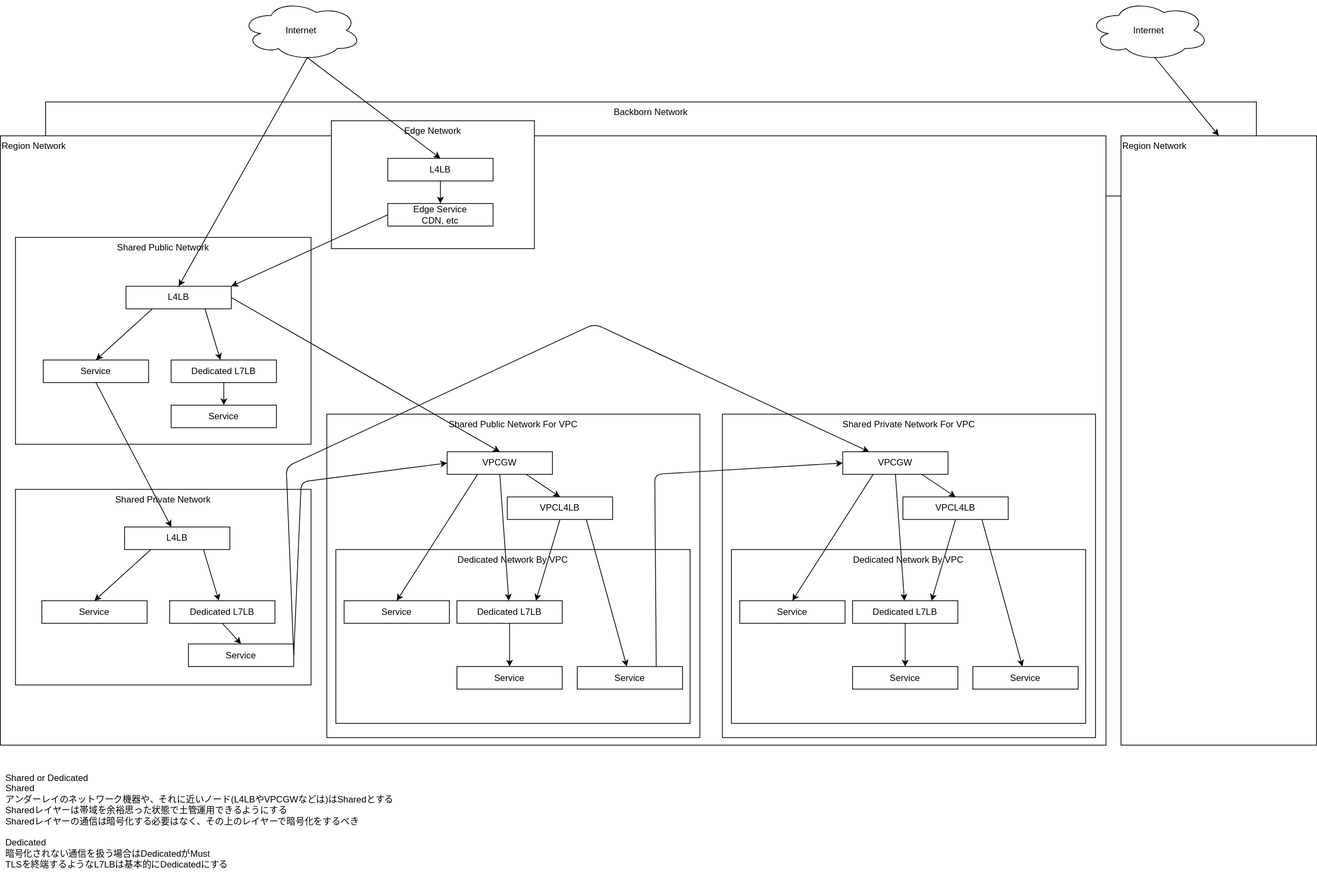
Before: iaas/Network.dio.svg, a diagram exported from draw.io (syunkitada/architecture). Source tidied: cells renumbered, new cells last; positions are measured from the earlier drawing's top-left corner, leaving out a move shared by most shapes. Source of this version:
```xml
<mxGraphModel>
  <root>
    <mxCell id="0" />
    <mxCell id="1" parent="0" />
    <mxCell id="2" value="Backborn Network" style="rounded=0;whiteSpace=wrap;html=1;align=center;verticalAlign=top;" parent="1" vertex="1">
      <mxGeometry x="60" y="135" width="1610" height="125" as="geometry" />
    </mxCell>
    <mxCell id="3" value="Region Network" style="rounded=0;whiteSpace=wrap;html=1;align=left;verticalAlign=top;" parent="1" vertex="1">
      <mxGeometry y="180" width="1470" height="810" as="geometry" />
    </mxCell>
    <mxCell id="4" value="Shared Public Network For VPC" style="rounded=0;whiteSpace=wrap;html=1;align=center;verticalAlign=top;" parent="1" vertex="1">
      <mxGeometry x="434" y="550" width="496" height="430" as="geometry" />
    </mxCell>
    <mxCell id="5" value="Dedicated Network By VPC" style="rounded=0;whiteSpace=wrap;html=1;align=center;verticalAlign=top;" parent="1" vertex="1">
      <mxGeometry x="446" y="730" width="471" height="231" as="geometry" />
    </mxCell>
    <mxCell id="6" value="Shared Public Network" style="rounded=0;whiteSpace=wrap;html=1;align=center;verticalAlign=top;" parent="1" vertex="1">
      <mxGeometry x="20" y="315" width="393" height="275" as="geometry" />
    </mxCell>
    <mxCell id="7" value="Internet" style="ellipse;shape=cloud;whiteSpace=wrap;html=1;" parent="1" vertex="1">
      <mxGeometry x="320" width="160" height="80" as="geometry" />
    </mxCell>
    <mxCell id="8" value="Edge Network" style="rounded=0;whiteSpace=wrap;html=1;align=center;verticalAlign=top;" parent="1" vertex="1">
      <mxGeometry x="440" y="160" width="270" height="170" as="geometry" />
    </mxCell>
    <mxCell id="9" style="endArrow=classic;html=1;exitX=0.5;exitY=1;exitDx=0;exitDy=0;entryX=0.5;entryY=0;entryDx=0;entryDy=0;" parent="1" edge="1" source="10" target="12">
      <mxGeometry relative="1" as="geometry" />
    </mxCell>
    <mxCell id="10" value="L4LB" style="rounded=0;whiteSpace=wrap;html=1;" parent="1" vertex="1">
      <mxGeometry x="515" y="210" width="140" height="30" as="geometry" />
    </mxCell>
    <mxCell id="11" style="endArrow=classic;html=1;entryX=0.5;entryY=0;entryDx=0;entryDy=0;exitX=0.55;exitY=0.95;exitDx=0;exitDy=0;exitPerimeter=0;" parent="1" edge="1" source="7" target="10">
      <mxGeometry relative="1" as="geometry" />
    </mxCell>
    <mxCell id="12" value="Edge Service&lt;br&gt;CDN, etc" style="rounded=0;whiteSpace=wrap;html=1;" parent="1" vertex="1">
      <mxGeometry x="515" y="270" width="140" height="30" as="geometry" />
    </mxCell>
    <mxCell id="13" style="endArrow=classic;html=1;exitX=0.55;exitY=0.95;exitDx=0;exitDy=0;exitPerimeter=0;entryX=0.5;entryY=0;entryDx=0;entryDy=0;" parent="1" edge="1" source="7" target="14">
      <mxGeometry relative="1" as="geometry" />
    </mxCell>
    <mxCell id="14" value="L4LB" style="rounded=0;whiteSpace=wrap;html=1;" parent="1" vertex="1">
      <mxGeometry x="167" y="380" width="140" height="30" as="geometry" />
    </mxCell>
    <mxCell id="15" value="Service" style="rounded=0;whiteSpace=wrap;html=1;" parent="1" vertex="1">
      <mxGeometry x="57" y="478" width="140" height="30" as="geometry" />
    </mxCell>
    <mxCell id="16" value="Dedicated L7LB" style="rounded=0;whiteSpace=wrap;html=1;" parent="1" vertex="1">
      <mxGeometry x="227" y="478" width="140" height="30" as="geometry" />
    </mxCell>
    <mxCell id="17" style="edgeStyle=none;html=1;exitX=0.25;exitY=1;exitDx=0;exitDy=0;entryX=0.5;entryY=0;entryDx=0;entryDy=0;" parent="1" edge="1" source="14" target="15">
      <mxGeometry relative="1" as="geometry" />
    </mxCell>
    <mxCell id="18" style="edgeStyle=none;html=1;exitX=0.75;exitY=1;exitDx=0;exitDy=0;" parent="1" edge="1" source="14" target="16">
      <mxGeometry relative="1" as="geometry" />
    </mxCell>
    <mxCell id="19" value="Service" style="rounded=0;whiteSpace=wrap;html=1;" parent="1" vertex="1">
      <mxGeometry x="227" y="538" width="140" height="30" as="geometry" />
    </mxCell>
    <mxCell id="20" style="edgeStyle=none;html=1;entryX=0.5;entryY=0;entryDx=0;entryDy=0;" parent="1" edge="1" target="19">
      <mxGeometry relative="1" as="geometry">
        <mxPoint x="297" y="508" as="sourcePoint" />
      </mxGeometry>
    </mxCell>
    <mxCell id="21" value="Service" style="rounded=0;whiteSpace=wrap;html=1;" parent="1" vertex="1">
      <mxGeometry x="607" y="885.5" width="140" height="30" as="geometry" />
    </mxCell>
    <mxCell id="22" value="VPCL4LB" style="rounded=0;whiteSpace=wrap;html=1;" parent="1" vertex="1">
      <mxGeometry x="674" y="660" width="140" height="30" as="geometry" />
    </mxCell>
    <mxCell id="23" value="Dedicated L7LB" style="rounded=0;whiteSpace=wrap;html=1;" parent="1" vertex="1">
      <mxGeometry x="607" y="798" width="140" height="30" as="geometry" />
    </mxCell>
    <mxCell id="24" style="edgeStyle=none;html=1;exitX=1;exitY=0.5;exitDx=0;exitDy=0;entryX=0.5;entryY=0;entryDx=0;entryDy=0;" parent="1" edge="1" source="14" target="29">
      <mxGeometry relative="1" as="geometry" />
    </mxCell>
    <mxCell id="25" style="edgeStyle=none;html=1;entryX=1;entryY=0;entryDx=0;entryDy=0;exitX=0;exitY=0.5;exitDx=0;exitDy=0;" parent="1" edge="1" source="12" target="14">
      <mxGeometry relative="1" as="geometry" />
    </mxCell>
    <mxCell id="26" style="edgeStyle=none;html=1;exitX=0.5;exitY=1;exitDx=0;exitDy=0;" parent="1" edge="1" source="23">
      <mxGeometry relative="1" as="geometry">
        <mxPoint x="677" y="885.5" as="targetPoint" />
      </mxGeometry>
    </mxCell>
    <mxCell id="27" value="Service" style="rounded=0;whiteSpace=wrap;html=1;" parent="1" vertex="1">
      <mxGeometry x="457" y="798" width="140" height="30" as="geometry" />
    </mxCell>
    <mxCell id="28" style="edgeStyle=none;html=1;exitX=0.307;exitY=0.867;exitDx=0;exitDy=0;entryX=0.5;entryY=0;entryDx=0;entryDy=0;exitPerimeter=0;" parent="1" edge="1" source="29" target="27">
      <mxGeometry relative="1" as="geometry" />
    </mxCell>
    <mxCell id="29" value="VPCGW" style="rounded=0;whiteSpace=wrap;html=1;" parent="1" vertex="1">
      <mxGeometry x="594" y="600" width="140" height="30" as="geometry" />
    </mxCell>
    <mxCell id="30" style="edgeStyle=none;html=1;exitX=0.5;exitY=1;exitDx=0;exitDy=0;" parent="1" edge="1" source="29" target="23">
      <mxGeometry relative="1" as="geometry" />
    </mxCell>
    <mxCell id="31" style="edgeStyle=none;html=1;exitX=0.75;exitY=1;exitDx=0;exitDy=0;entryX=0.5;entryY=0;entryDx=0;entryDy=0;" parent="1" edge="1" source="29" target="22">
      <mxGeometry relative="1" as="geometry" />
    </mxCell>
    <mxCell id="32" style="edgeStyle=none;html=1;exitX=0.5;exitY=1;exitDx=0;exitDy=0;entryX=0.75;entryY=0;entryDx=0;entryDy=0;" parent="1" edge="1" source="22" target="23">
      <mxGeometry relative="1" as="geometry" />
    </mxCell>
    <mxCell id="33" value="Service" style="rounded=0;whiteSpace=wrap;html=1;" parent="1" vertex="1">
      <mxGeometry x="767" y="885.5" width="140" height="30" as="geometry" />
    </mxCell>
    <mxCell id="34" style="edgeStyle=none;html=1;exitX=0.75;exitY=1;exitDx=0;exitDy=0;" parent="1" edge="1" source="22" target="33">
      <mxGeometry relative="1" as="geometry" />
    </mxCell>
    <mxCell id="35" value="Region Network" style="rounded=0;whiteSpace=wrap;html=1;align=left;verticalAlign=top;" parent="1" vertex="1">
      <mxGeometry x="1490" y="180" width="260" height="810" as="geometry" />
    </mxCell>
    <mxCell id="36" value="Shared Private Network" style="rounded=0;whiteSpace=wrap;html=1;align=center;verticalAlign=top;" parent="1" vertex="1">
      <mxGeometry x="20" y="650" width="393" height="260" as="geometry" />
    </mxCell>
    <mxCell id="37" value="L4LB" style="rounded=0;whiteSpace=wrap;html=1;" parent="1" vertex="1">
      <mxGeometry x="165" y="700" width="140" height="30" as="geometry" />
    </mxCell>
    <mxCell id="38" value="Service" style="rounded=0;whiteSpace=wrap;html=1;" parent="1" vertex="1">
      <mxGeometry x="55" y="798" width="140" height="30" as="geometry" />
    </mxCell>
    <mxCell id="39" value="Dedicated L7LB" style="rounded=0;whiteSpace=wrap;html=1;" parent="1" vertex="1">
      <mxGeometry x="225" y="798" width="140" height="30" as="geometry" />
    </mxCell>
    <mxCell id="40" style="edgeStyle=none;html=1;exitX=0.25;exitY=1;exitDx=0;exitDy=0;entryX=0.5;entryY=0;entryDx=0;entryDy=0;" parent="1" edge="1" source="37" target="38">
      <mxGeometry relative="1" as="geometry" />
    </mxCell>
    <mxCell id="41" style="edgeStyle=none;html=1;exitX=0.75;exitY=1;exitDx=0;exitDy=0;" parent="1" edge="1" source="37" target="39">
      <mxGeometry relative="1" as="geometry" />
    </mxCell>
    <mxCell id="42" value="Service" style="rounded=0;whiteSpace=wrap;html=1;" parent="1" vertex="1">
      <mxGeometry x="250" y="855.5" width="140" height="30" as="geometry" />
    </mxCell>
    <mxCell id="43" style="edgeStyle=none;html=1;entryX=0.5;entryY=0;entryDx=0;entryDy=0;" parent="1" edge="1" target="42">
      <mxGeometry relative="1" as="geometry">
        <mxPoint x="295" y="828" as="sourcePoint" />
      </mxGeometry>
    </mxCell>
    <mxCell id="44" style="edgeStyle=none;html=1;exitX=0.5;exitY=1;exitDx=0;exitDy=0;" parent="1" edge="1" source="15" target="37">
      <mxGeometry relative="1" as="geometry" />
    </mxCell>
    <mxCell id="45" style="edgeStyle=none;html=1;exitX=1;exitY=0.5;exitDx=0;exitDy=0;entryX=0;entryY=0.5;entryDx=0;entryDy=0;" parent="1" edge="1" source="42" target="29">
      <mxGeometry relative="1" as="geometry">
        <Array as="points">
          <mxPoint x="400" y="640" />
        </Array>
      </mxGeometry>
    </mxCell>
    <mxCell id="46" value="Internet" style="ellipse;shape=cloud;whiteSpace=wrap;html=1;" parent="1" vertex="1">
      <mxGeometry x="1447" width="160" height="80" as="geometry" />
    </mxCell>
    <mxCell id="47" style="endArrow=classic;html=1;entryX=0.5;entryY=0;entryDx=0;entryDy=0;exitX=0.55;exitY=0.95;exitDx=0;exitDy=0;exitPerimeter=0;" parent="1" edge="1" source="46" target="35">
      <mxGeometry relative="1" as="geometry" />
    </mxCell>
    <mxCell id="48" value="Shared Private Network For VPC" style="rounded=0;whiteSpace=wrap;html=1;align=center;verticalAlign=top;" parent="1" vertex="1">
      <mxGeometry x="960" y="550" width="496" height="430" as="geometry" />
    </mxCell>
    <mxCell id="49" value="Dedicated Network By VPC" style="rounded=0;whiteSpace=wrap;html=1;align=center;verticalAlign=top;" parent="1" vertex="1">
      <mxGeometry x="972" y="730" width="471" height="231" as="geometry" />
    </mxCell>
    <mxCell id="50" value="Service" style="rounded=0;whiteSpace=wrap;html=1;" parent="1" vertex="1">
      <mxGeometry x="1133" y="885.5" width="140" height="30" as="geometry" />
    </mxCell>
    <mxCell id="51" value="VPCL4LB" style="rounded=0;whiteSpace=wrap;html=1;" parent="1" vertex="1">
      <mxGeometry x="1200" y="660" width="140" height="30" as="geometry" />
    </mxCell>
    <mxCell id="52" value="Dedicated L7LB" style="rounded=0;whiteSpace=wrap;html=1;" parent="1" vertex="1">
      <mxGeometry x="1133" y="798" width="140" height="30" as="geometry" />
    </mxCell>
    <mxCell id="53" style="edgeStyle=none;html=1;exitX=0.5;exitY=1;exitDx=0;exitDy=0;" parent="1" edge="1" source="52">
      <mxGeometry relative="1" as="geometry">
        <mxPoint x="1203" y="885.5" as="targetPoint" />
      </mxGeometry>
    </mxCell>
    <mxCell id="54" value="Service" style="rounded=0;whiteSpace=wrap;html=1;" parent="1" vertex="1">
      <mxGeometry x="983" y="798" width="140" height="30" as="geometry" />
    </mxCell>
    <mxCell id="55" style="edgeStyle=none;html=1;exitX=0.307;exitY=0.867;exitDx=0;exitDy=0;entryX=0.5;entryY=0;entryDx=0;entryDy=0;exitPerimeter=0;" parent="1" edge="1" source="56" target="54">
      <mxGeometry relative="1" as="geometry" />
    </mxCell>
    <mxCell id="56" value="VPCGW" style="rounded=0;whiteSpace=wrap;html=1;" parent="1" vertex="1">
      <mxGeometry x="1120" y="600" width="140" height="30" as="geometry" />
    </mxCell>
    <mxCell id="57" style="edgeStyle=none;html=1;exitX=0.5;exitY=1;exitDx=0;exitDy=0;" parent="1" edge="1" source="56" target="52">
      <mxGeometry relative="1" as="geometry" />
    </mxCell>
    <mxCell id="58" style="edgeStyle=none;html=1;exitX=0.75;exitY=1;exitDx=0;exitDy=0;entryX=0.5;entryY=0;entryDx=0;entryDy=0;" parent="1" edge="1" source="56" target="51">
      <mxGeometry relative="1" as="geometry" />
    </mxCell>
    <mxCell id="59" style="edgeStyle=none;html=1;exitX=0.5;exitY=1;exitDx=0;exitDy=0;entryX=0.75;entryY=0;entryDx=0;entryDy=0;" parent="1" edge="1" source="51" target="52">
      <mxGeometry relative="1" as="geometry" />
    </mxCell>
    <mxCell id="60" value="Service" style="rounded=0;whiteSpace=wrap;html=1;" parent="1" vertex="1">
      <mxGeometry x="1293" y="885.5" width="140" height="30" as="geometry" />
    </mxCell>
    <mxCell id="61" style="edgeStyle=none;html=1;exitX=0.75;exitY=1;exitDx=0;exitDy=0;" parent="1" edge="1" source="51" target="60">
      <mxGeometry relative="1" as="geometry" />
    </mxCell>
    <mxCell id="62" style="edgeStyle=none;html=1;exitX=0.75;exitY=0;exitDx=0;exitDy=0;entryX=0;entryY=0.5;entryDx=0;entryDy=0;" parent="1" edge="1" source="33" target="56">
      <mxGeometry relative="1" as="geometry">
        <Array as="points">
          <mxPoint x="870" y="630" />
        </Array>
      </mxGeometry>
    </mxCell>
    <mxCell id="63" style="edgeStyle=none;html=1;entryX=0.25;entryY=0;entryDx=0;entryDy=0;exitX=1;exitY=0.5;exitDx=0;exitDy=0;" parent="1" edge="1" source="42" target="56">
      <mxGeometry relative="1" as="geometry">
        <Array as="points">
          <mxPoint x="380" y="620" />
          <mxPoint x="790" y="430" />
        </Array>
      </mxGeometry>
    </mxCell>
    <mxCell id="64" value="Shared or Dedicated&lt;br&gt;Shared&lt;br&gt;アンダーレイのネットワーク機器や、それに近いノード(L4LBやVPCGWなどは)はSharedとする&lt;br&gt;Sharedレイヤーは帯域を余裕思った状態で土管運用できるようにする&lt;br&gt;Sharedレイヤーの通信は暗号化する必要はなく、その上のレイヤーで暗号化をするべき&lt;br&gt;&lt;br&gt;Dedicated&lt;br&gt;暗号化されない通信を扱う場合はDedicatedがMust&lt;br&gt;TLSを終端するようなL7LBは基本的にDedicatedにする" style="text;html=1;strokeColor=none;fillColor=none;align=left;verticalAlign=top;whiteSpace=wrap;rounded=0;" parent="1" vertex="1">
      <mxGeometry x="5" y="1020" width="575" height="170" as="geometry" />
    </mxCell>
  </root>
</mxGraphModel>
```
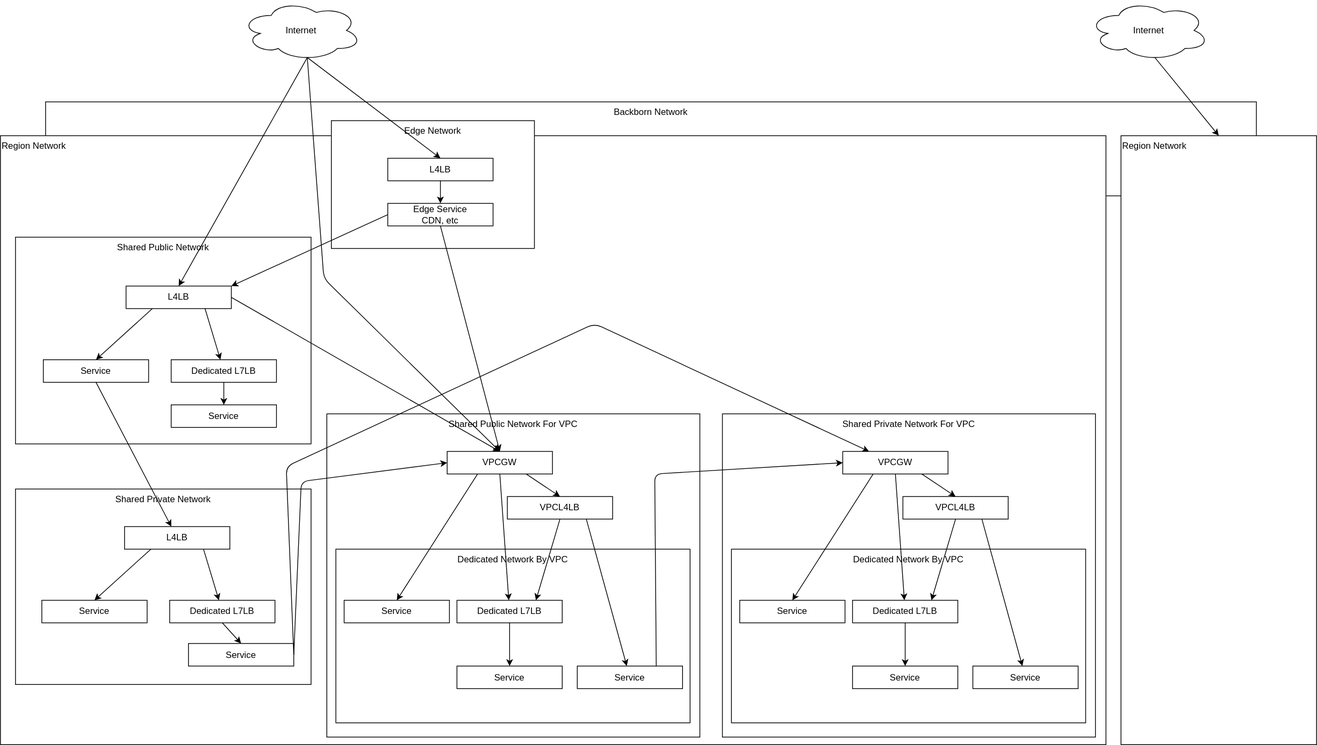
After the commit.

What changed in the source:
```diff
@@ -209,8 +209,15 @@
         </Array>
       </mxGeometry>
     </mxCell>
-    <mxCell id="64" value="Shared or Dedicated&lt;br&gt;Shared&lt;br&gt;アンダーレイのネットワーク機器や、それに近いノード(L4LBやVPCGWなどは)はSharedとする&lt;br&gt;Sharedレイヤーは帯域を余裕思った状態で土管運用できるようにする&lt;br&gt;Sharedレイヤーの通信は暗号化する必要はなく、その上のレイヤーで暗号化をするべき&lt;br&gt;&lt;br&gt;Dedicated&lt;br&gt;暗号化されない通信を扱う場合はDedicatedがMust&lt;br&gt;TLSを終端するようなL7LBは基本的にDedicatedにする" style="text;html=1;strokeColor=none;fillColor=none;align=left;verticalAlign=top;whiteSpace=wrap;rounded=0;" parent="1" vertex="1">
-      <mxGeometry x="5" y="1020" width="575" height="170" as="geometry" />
+    <mxCell id="64" style="edgeStyle=none;html=1;entryX=0.5;entryY=0;entryDx=0;entryDy=0;exitX=0.55;exitY=0.95;exitDx=0;exitDy=0;exitPerimeter=0;" parent="1" edge="1" source="7" target="29">
+      <mxGeometry relative="1" as="geometry">
+        <Array as="points">
+          <mxPoint x="430" y="370" />
+        </Array>
+      </mxGeometry>
     </mxCell>
+    <mxCell id="65" style="edgeStyle=none;html=1;entryX=0.5;entryY=0;entryDx=0;entryDy=0;exitX=0.5;exitY=1;exitDx=0;exitDy=0;" parent="1" edge="1" source="12" target="29">
+      <mxGeometry relative="1" as="geometry" />
+    </mxCell>
   </root>
 </mxGraphModel>
```
